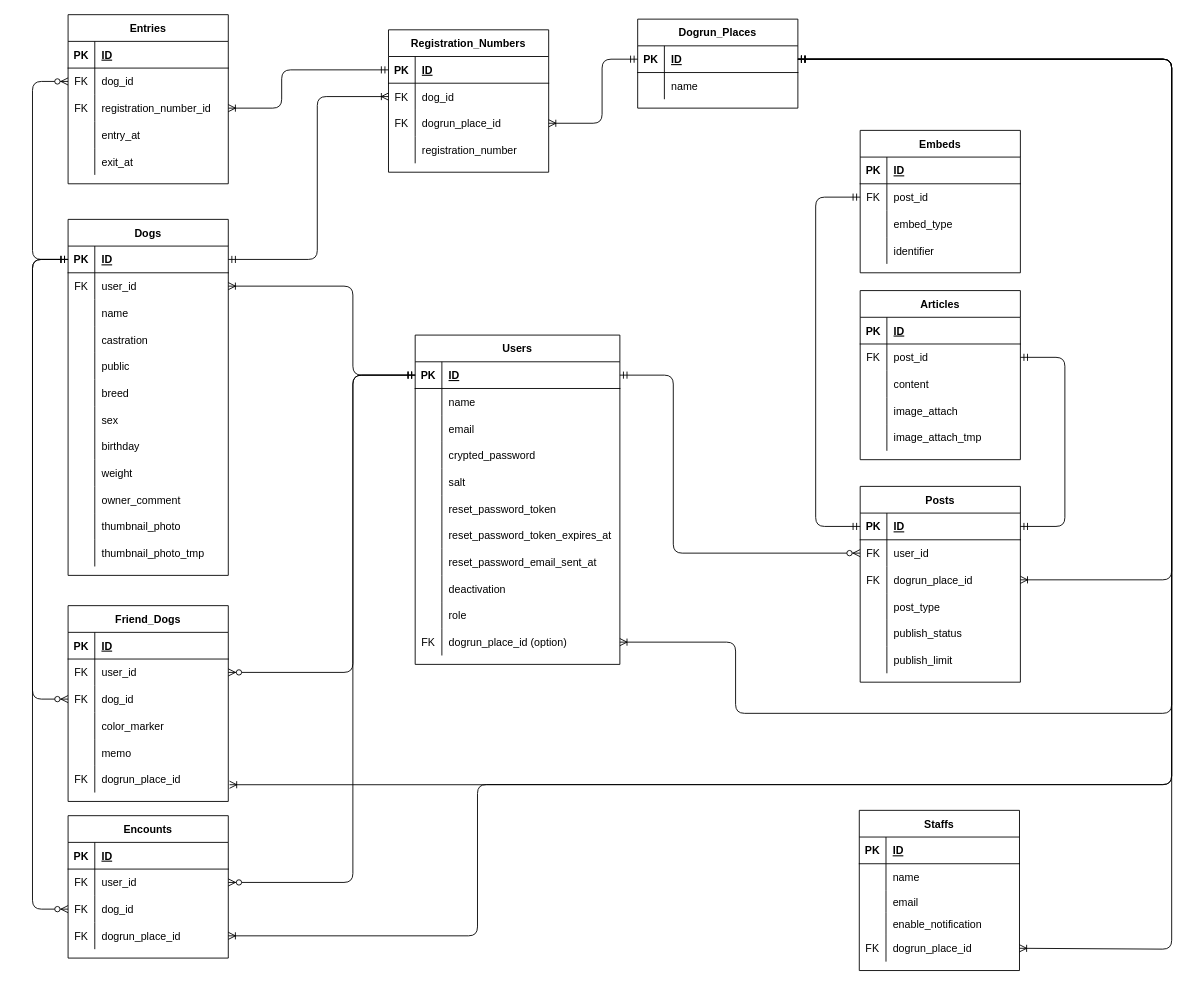
Above: ER_diagram.drawio in Kedaruma-Bond/dogrun_connect_app (draw.io), before the change. Source tidied: cells renumbered, new cells numbered last; positions are measured from the earlier drawing's top-left corner, leaving out a move shared by most shapes. Both pictures are drawn from the tidied source at 89%, with x=0, y=0 at pixel (32, 14).
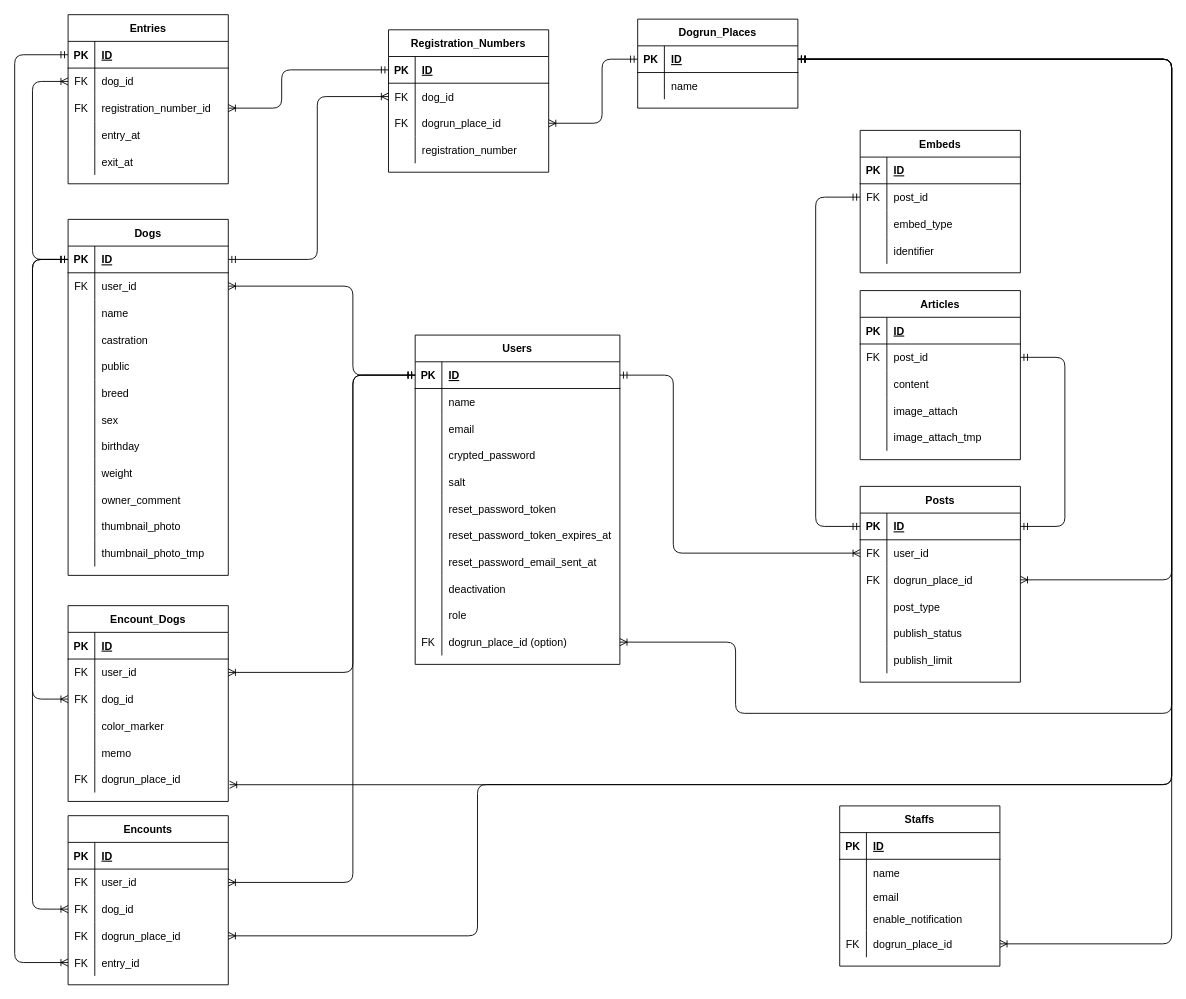
The same page after the edit.

The change refers to these unchanged cells:
```xml
<mxCell id="3" style="shape=partialRectangle;fillColor=none;top=0;left=0;bottom=1;right=0;points=[[0,0.5],[1,0.5]];portConstraint=eastwest;" parent="2" vertex="1">
  <mxGeometry y="30" width="180" height="30" as="geometry" />
</mxCell>
<mxCell id="6" style="shape=partialRectangle;fillColor=none;top=0;left=0;bottom=0;right=0;points=[[0,0.5],[1,0.5]];portConstraint=eastwest;" parent="2" vertex="1">
  <mxGeometry y="60" width="180" height="30" as="geometry" />
</mxCell>
<mxCell id="19" style="shape=partialRectangle;fillColor=none;top=0;left=0;bottom=1;right=0;points=[[0,0.5],[1,0.5]];portConstraint=eastwest;" parent="18" vertex="1">
  <mxGeometry y="30" width="230" height="30" as="geometry" />
</mxCell>
<mxCell id="65" style="shape=partialRectangle;fillColor=none;top=0;left=0;bottom=0;right=0;points=[[0,0.5],[1,0.5]];portConstraint=eastwest;" parent="52" vertex="1">
  <mxGeometry y="140" width="180" height="30" as="geometry" />
</mxCell>
<mxCell id="69" style="shape=partialRectangle;fillColor=none;top=0;left=0;bottom=1;right=0;points=[[0,0.5],[1,0.5]];portConstraint=eastwest;" parent="68" vertex="1">
  <mxGeometry y="30" width="180" height="30" as="geometry" />
</mxCell>
<mxCell id="109" style="shape=partialRectangle;fillColor=none;top=0;left=0;bottom=0;right=0;points=[[0,0.5],[1,0.5]];portConstraint=eastwest;" parent="105" vertex="1">
  <mxGeometry y="60" width="180" height="30" as="geometry" />
</mxCell>
<mxCell id="131" style="shape=partialRectangle;fillColor=none;top=0;left=0;bottom=0;right=0;points=[[0,0.5],[1,0.5]];portConstraint=eastwest;" parent="127" vertex="1">
  <mxGeometry y="60" width="180" height="30" as="geometry" />
</mxCell>
<mxCell id="134" style="shape=partialRectangle;fillColor=none;top=0;left=0;bottom=0;right=0;points=[[0,0.5],[1,0.5]];portConstraint=eastwest;" parent="127" vertex="1">
  <mxGeometry y="90" width="180" height="30" as="geometry" />
</mxCell>
<mxCell id="158" style="shape=tableRow;horizontal=0;startSize=0;swimlaneHead=0;swimlaneBody=0;fillColor=none;points=[[0,0.5],[1,0.5]];portConstraint=eastwest;top=0;left=0;right=0;bottom=1;" parent="157" vertex="1">
  <mxGeometry y="30" width="180" height="30" as="geometry" />
</mxCell>
<mxCell id="204" style="shape=partialRectangle;fillColor=none;top=0;left=0;bottom=0;right=0;points=[[0,0.5],[1,0.5]];portConstraint=eastwest;" parent="200" vertex="1">
  <mxGeometry y="60" width="180" height="30" as="geometry" />
</mxCell>
<mxCell id="207" style="shape=partialRectangle;fillColor=none;top=0;left=0;bottom=0;right=0;points=[[0,0.5],[1,0.5]];portConstraint=eastwest;" parent="200" vertex="1">
  <mxGeometry y="90" width="180" height="30" as="geometry" />
</mxCell>
```

Change to the diagram source:
```diff
@@
     <mxCell id="52" value="Staffs" style="shape=table;startSize=30;childLayout=tableLayout;rowLines=0;fontStyle=1;align=center;" parent="1" vertex="1">
-      <mxGeometry x="929" y="894" width="180" height="180" as="geometry" />
+      <mxGeometry x="907" y="889" width="180" height="180" as="geometry" />
     </mxCell>
@@
-    <mxCell id="124" style="edgeStyle=orthogonalEdgeStyle;fontSize=12;html=1;endArrow=ERzeroToMany;startArrow=ERmandOne;exitX=0;exitY=0.5;exitDx=0;exitDy=0;entryX=0;entryY=0.5;entryDx=0;entryDy=0;" parent="1" edge="1" source="69" target="6">
+    <mxCell id="124" style="edgeStyle=orthogonalEdgeStyle;fontSize=12;html=1;endArrow=ERoneToMany;startArrow=ERmandOne;exitX=0;exitY=0.5;exitDx=0;exitDy=0;entryX=0;entryY=0.5;entryDx=0;entryDy=0;endFill=0;" parent="1" edge="1" source="69" target="6">
       <mxGeometry relative="1" as="geometry">
         <Array as="points">
           <mxPoint y="275" />
           <mxPoint y="75" />
         </Array>
       </mxGeometry>
     </mxCell>
-    <mxCell id="125" style="edgeStyle=orthogonalEdgeStyle;fontSize=12;html=1;endArrow=ERzeroToMany;startArrow=ERmandOne;exitX=1;exitY=0.5;exitDx=0;exitDy=0;entryX=0;entryY=0.5;entryDx=0;entryDy=0;" parent="1" edge="1" source="19" target="109">
+    <mxCell id="125" style="edgeStyle=orthogonalEdgeStyle;fontSize=12;html=1;endArrow=ERoneToMany;startArrow=ERmandOne;exitX=1;exitY=0.5;exitDx=0;exitDy=0;entryX=0;entryY=0.5;entryDx=0;entryDy=0;endFill=0;" parent="1" edge="1" source="19" target="109">
       <mxGeometry relative="1" as="geometry">
         <Array as="points">
           <mxPoint x="720" y="405" />
           <mxPoint x="720" y="605" />
         </Array>
       </mxGeometry>
     </mxCell>
@@
     <mxCell id="127" value="Encounts" style="shape=table;startSize=30;childLayout=tableLayout;rowLines=0;fontStyle=1;align=center;" parent="1" vertex="1">
-      <mxGeometry x="40" y="900" width="180" height="160" as="geometry" />
+      <mxGeometry x="40" y="900" width="180" height="190" as="geometry" />
     </mxCell>
@@
-    <mxCell id="140" style="edgeStyle=orthogonalEdgeStyle;fontSize=12;html=1;endArrow=ERzeroToMany;startArrow=ERmandOne;entryX=1;entryY=0.5;entryDx=0;entryDy=0;exitX=0;exitY=0.5;exitDx=0;exitDy=0;" parent="1" edge="1" source="19" target="131">
-      <mxGeometry relative="1" as="geometry">
-        <Array as="points">
-          <mxPoint x="360" y="405" />
-          <mxPoint x="360" y="975" />
-        </Array>
-      </mxGeometry>
-    </mxCell>
+    <mxCell id="222" style="shape=partialRectangle;fillColor=none;top=0;left=0;bottom=0;right=0;points=[[0,0.5],[1,0.5]];portConstraint=eastwest;" parent="127" vertex="1">
+      <mxGeometry y="150" width="180" height="30" as="geometry" />
+    </mxCell>
+    <mxCell id="223" value="FK" style="shape=partialRectangle;fillColor=none;top=0;left=0;bottom=0;right=0;overflow=hidden;" parent="222" vertex="1">
+      <mxGeometry width="30" height="30" as="geometry" />
+    </mxCell>
+    <mxCell id="224" value="entry_id" style="shape=partialRectangle;fillColor=none;top=0;left=0;bottom=0;right=0;align=left;spacingLeft=6;overflow=hidden;" parent="222" vertex="1">
+      <mxGeometry x="30" width="150" height="30" as="geometry" />
+    </mxCell>
-    <mxCell id="141" style="edgeStyle=orthogonalEdgeStyle;fontSize=12;html=1;endArrow=ERzeroToMany;startArrow=ERmandOne;entryX=0;entryY=0.5;entryDx=0;entryDy=0;exitX=0;exitY=0.5;exitDx=0;exitDy=0;" parent="1" edge="1" source="69" target="134">
+    <mxCell id="141" style="edgeStyle=orthogonalEdgeStyle;fontSize=12;html=1;endArrow=ERoneToMany;startArrow=ERmandOne;entryX=0;entryY=0.5;entryDx=0;entryDy=0;exitX=0;exitY=0.5;exitDx=0;exitDy=0;endFill=0;" parent="1" edge="1" source="69" target="134">
       <mxGeometry relative="1" as="geometry">
         <Array as="points">
           <mxPoint y="275" />
           <mxPoint y="1005" />
         </Array>
       </mxGeometry>
     </mxCell>
@@
     <mxCell id="167" style="edgeStyle=orthogonalEdgeStyle;fontSize=12;html=1;endArrow=ERoneToMany;startArrow=ERmandOne;exitX=1;exitY=0.5;exitDx=0;exitDy=0;entryX=1;entryY=0.5;entryDx=0;entryDy=0;" parent="1" edge="1" source="158" target="65">
       <mxGeometry relative="1" as="geometry">
         <Array as="points">
           <mxPoint x="1280" y="50" />
-          <mxPoint x="1280" y="1050" />
+          <mxPoint x="1280" y="1044" />
         </Array>
       </mxGeometry>
     </mxCell>
@@
-    <mxCell id="200" value="Friend_Dogs" style="shape=table;startSize=30;childLayout=tableLayout;rowLines=0;fontStyle=1;align=center;" parent="1" vertex="1">
+    <mxCell id="200" value="Encount_Dogs" style="shape=table;startSize=30;childLayout=tableLayout;rowLines=0;fontStyle=1;align=center;" parent="1" vertex="1">
       <mxGeometry x="40" y="664" width="180" height="220" as="geometry" />
     </mxCell>
@@
+    <mxCell id="221" style="edgeStyle=orthogonalEdgeStyle;fontSize=12;html=1;endArrow=ERoneToMany;startArrow=ERmandOne;entryX=0;entryY=0.5;entryDx=0;entryDy=0;exitX=0;exitY=0.5;exitDx=0;exitDy=0;endFill=0;" parent="1" edge="1" source="69" target="207">
+      <mxGeometry relative="1" as="geometry">
+        <Array as="points">
+          <mxPoint y="275" />
+          <mxPoint y="769" />
+        </Array>
+      </mxGeometry>
+    </mxCell>
+    <mxCell id="225" style="edgeStyle=orthogonalEdgeStyle;fontSize=12;html=1;endArrow=ERoneToMany;startArrow=ERmandOne;exitX=0;exitY=0.5;exitDx=0;exitDy=0;entryX=0;entryY=0.5;entryDx=0;entryDy=0;endFill=0;" parent="1" edge="1" source="3" target="222">
+      <mxGeometry relative="1" as="geometry">
+        <Array as="points">
+          <mxPoint x="-20" y="45" />
+          <mxPoint x="-20" y="1065" />
+        </Array>
+      </mxGeometry>
+    </mxCell>
-    <mxCell id="220" style="edgeStyle=orthogonalEdgeStyle;fontSize=12;html=1;endArrow=ERzeroToMany;startArrow=ERmandOne;entryX=1;entryY=0.5;entryDx=0;entryDy=0;exitX=0;exitY=0.5;exitDx=0;exitDy=0;" parent="1" edge="1" source="19" target="204">
+    <mxCell id="220" style="edgeStyle=orthogonalEdgeStyle;fontSize=12;html=1;endArrow=ERoneToMany;startArrow=ERmandOne;exitX=0;exitY=0.5;exitDx=0;exitDy=0;entryX=1;entryY=0.5;entryDx=0;entryDy=0;" parent="1" edge="1" source="19" target="204">
       <mxGeometry relative="1" as="geometry">
         <Array as="points">
           <mxPoint x="360" y="405" />
           <mxPoint x="360" y="739" />
         </Array>
       </mxGeometry>
     </mxCell>
-    <mxCell id="221" style="edgeStyle=orthogonalEdgeStyle;fontSize=12;html=1;endArrow=ERzeroToMany;startArrow=ERmandOne;entryX=0;entryY=0.5;entryDx=0;entryDy=0;exitX=0;exitY=0.5;exitDx=0;exitDy=0;" parent="1" edge="1" source="69" target="207">
-      <mxGeometry relative="1" as="geometry">
-        <Array as="points">
-          <mxPoint y="275" />
-          <mxPoint y="769" />
-        </Array>
-      </mxGeometry>
-    </mxCell>
+    <mxCell id="140" style="edgeStyle=orthogonalEdgeStyle;fontSize=12;html=1;endArrow=ERoneToMany;startArrow=ERmandOne;exitX=0;exitY=0.5;exitDx=0;exitDy=0;entryX=1;entryY=0.5;entryDx=0;entryDy=0;" parent="1" edge="1" source="19" target="131">
+      <mxGeometry relative="1" as="geometry">
+        <Array as="points">
+          <mxPoint x="360" y="405" />
+          <mxPoint x="360" y="975" />
+        </Array>
+      </mxGeometry>
+    </mxCell>
```
